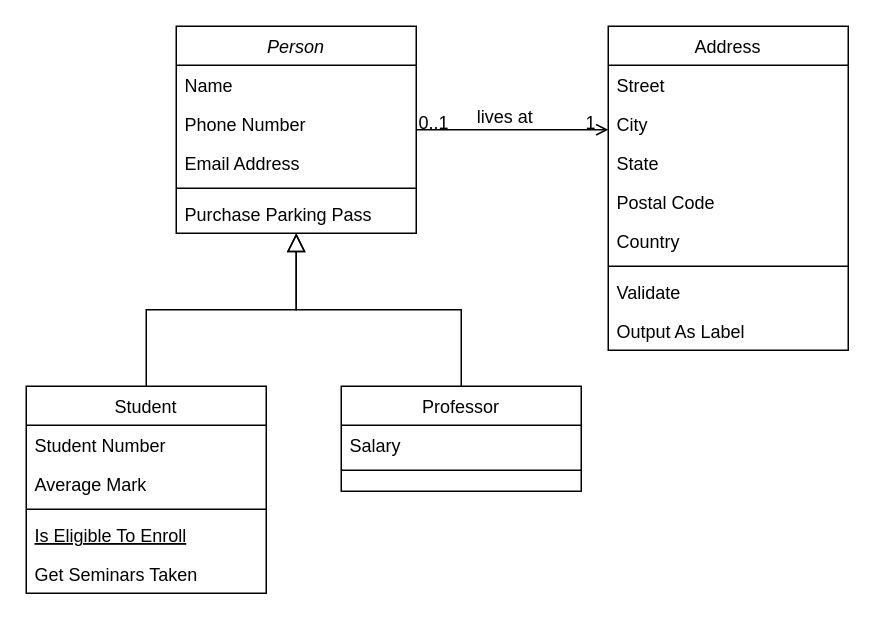
Itok1000/master keeps this draw.io diagram as 名称未設定ファイル.drawio. Above is the earlier version. Source tidied: cells renumbered, new cells numbered last; positions are measured from the earlier drawing's top-left corner, leaving out a move shared by most shapes. Both pictures are drawn from the tidied source at 150%, with x=0, y=0 at pixel (26, 26).
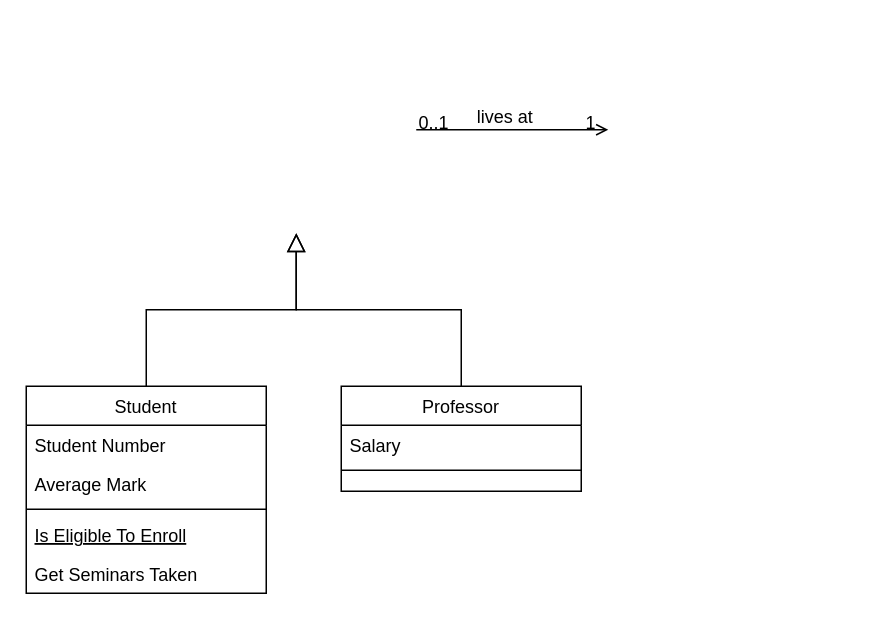
The same diagram, later.

Commit message:
ER図(卒業制作)

The change refers to these unchanged cells:
```xml
<mxCell id="8" value="Student" style="swimlane;fontStyle=0;align=center;verticalAlign=top;horizontal=1;startSize=26;rounded=0;shadow=0;strokeWidth=1;" parent="1" vertex="1">
  <mxGeometry y="240" width="160" height="138" as="geometry" />
</mxCell>
<mxCell id="15" value="Professor" style="swimlane;fontStyle=0;align=center;verticalAlign=top;horizontal=1;startSize=26;rounded=0;shadow=0;strokeWidth=1;" parent="1" vertex="1">
  <mxGeometry x="210" y="240" width="160" height="70" as="geometry" />
</mxCell>
```

Diff of the diagram source:
```diff
@@
-    <mxCell id="2" value="Person" style="swimlane;fontStyle=2;align=center;verticalAlign=top;horizontal=1;startSize=26;rounded=0;shadow=0;strokeWidth=1;" parent="1" vertex="1">
-      <mxGeometry x="100" width="160" height="138" as="geometry" />
-    </mxCell>
-    <mxCell id="3" value="Name" style="text;align=left;verticalAlign=top;spacingLeft=4;spacingRight=4;overflow=hidden;" parent="2" vertex="1">
-      <mxGeometry y="26" width="160" height="26" as="geometry" />
-    </mxCell>
-    <mxCell id="4" value="Phone Number" style="text;align=left;verticalAlign=top;spacingLeft=4;spacingRight=4;overflow=hidden;rounded=0;shadow=0;html=0;" parent="2" vertex="1">
-      <mxGeometry y="52" width="160" height="26" as="geometry" />
-    </mxCell>
-    <mxCell id="5" value="Email Address" style="text;align=left;verticalAlign=top;spacingLeft=4;spacingRight=4;overflow=hidden;rounded=0;shadow=0;html=0;" parent="2" vertex="1">
-      <mxGeometry y="78" width="160" height="26" as="geometry" />
-    </mxCell>
-    <mxCell id="6" style="line;html=1;strokeWidth=1;align=left;verticalAlign=middle;spacingTop=-1;spacingLeft=3;spacingRight=3;labelPosition=right;" parent="2" vertex="1">
-      <mxGeometry y="104" width="160" height="8" as="geometry" />
-    </mxCell>
-    <mxCell id="7" value="Purchase Parking Pass" style="text;align=left;verticalAlign=top;spacingLeft=4;spacingRight=4;overflow=hidden;" parent="2" vertex="1">
-      <mxGeometry y="112" width="160" height="26" as="geometry" />
-    </mxCell>
@@
-    <mxCell id="14" style="endArrow=block;endSize=10;endFill=0;shadow=0;strokeWidth=1;rounded=0;curved=0;edgeStyle=elbowEdgeStyle;elbow=vertical;" parent="1" edge="1" source="8" target="2">
-      <mxGeometry relative="1" as="geometry" />
+    <mxCell id="14" style="endArrow=block;endSize=10;endFill=0;shadow=0;strokeWidth=1;rounded=0;curved=0;edgeStyle=elbowEdgeStyle;elbow=vertical;" parent="1" edge="1" source="8">
+      <mxGeometry relative="1" as="geometry">
+        <mxPoint x="180" y="138" as="targetPoint" />
+      </mxGeometry>
     </mxCell>
@@
-    <mxCell id="18" style="endArrow=block;endSize=10;endFill=0;shadow=0;strokeWidth=1;rounded=0;curved=0;edgeStyle=elbowEdgeStyle;elbow=vertical;" parent="1" edge="1" source="15" target="2">
-      <mxGeometry relative="1" as="geometry" />
+    <mxCell id="18" style="endArrow=block;endSize=10;endFill=0;shadow=0;strokeWidth=1;rounded=0;curved=0;edgeStyle=elbowEdgeStyle;elbow=vertical;" parent="1" edge="1" source="15">
+      <mxGeometry relative="1" as="geometry">
+        <mxPoint x="180" y="138" as="targetPoint" />
+      </mxGeometry>
     </mxCell>
-    <mxCell id="19" value="Address" style="swimlane;fontStyle=0;align=center;verticalAlign=top;horizontal=1;startSize=26;rounded=0;shadow=0;strokeWidth=1;" parent="1" vertex="1">
-      <mxGeometry x="388" width="160" height="216" as="geometry" />
-    </mxCell>
-    <mxCell id="20" value="Street" style="text;align=left;verticalAlign=top;spacingLeft=4;spacingRight=4;overflow=hidden;" parent="19" vertex="1">
-      <mxGeometry y="26" width="160" height="26" as="geometry" />
-    </mxCell>
-    <mxCell id="21" value="City" style="text;align=left;verticalAlign=top;spacingLeft=4;spacingRight=4;overflow=hidden;rounded=0;shadow=0;html=0;" parent="19" vertex="1">
-      <mxGeometry y="52" width="160" height="26" as="geometry" />
-    </mxCell>
-    <mxCell id="22" value="State" style="text;align=left;verticalAlign=top;spacingLeft=4;spacingRight=4;overflow=hidden;rounded=0;shadow=0;html=0;" parent="19" vertex="1">
-      <mxGeometry y="78" width="160" height="26" as="geometry" />
-    </mxCell>
-    <mxCell id="23" value="Postal Code" style="text;align=left;verticalAlign=top;spacingLeft=4;spacingRight=4;overflow=hidden;rounded=0;shadow=0;html=0;" parent="19" vertex="1">
-      <mxGeometry y="104" width="160" height="26" as="geometry" />
-    </mxCell>
-    <mxCell id="24" value="Country" style="text;align=left;verticalAlign=top;spacingLeft=4;spacingRight=4;overflow=hidden;rounded=0;shadow=0;html=0;" parent="19" vertex="1">
-      <mxGeometry y="130" width="160" height="26" as="geometry" />
-    </mxCell>
-    <mxCell id="25" style="line;html=1;strokeWidth=1;align=left;verticalAlign=middle;spacingTop=-1;spacingLeft=3;spacingRight=3;labelPosition=right;" parent="19" vertex="1">
-      <mxGeometry y="156" width="160" height="8" as="geometry" />
-    </mxCell>
-    <mxCell id="26" value="Validate" style="text;align=left;verticalAlign=top;spacingLeft=4;spacingRight=4;overflow=hidden;" parent="19" vertex="1">
-      <mxGeometry y="164" width="160" height="26" as="geometry" />
-    </mxCell>
-    <mxCell id="27" value="Output As Label" style="text;align=left;verticalAlign=top;spacingLeft=4;spacingRight=4;overflow=hidden;" parent="19" vertex="1">
-      <mxGeometry y="190" width="160" height="26" as="geometry" />
-    </mxCell>
-    <mxCell id="28" style="endArrow=open;shadow=0;strokeWidth=1;rounded=0;curved=0;endFill=1;edgeStyle=elbowEdgeStyle;elbow=vertical;" parent="1" edge="1" source="2" target="19">
+    <mxCell id="28" style="endArrow=open;shadow=0;strokeWidth=1;rounded=0;curved=0;endFill=1;edgeStyle=elbowEdgeStyle;elbow=vertical;" parent="1" edge="1">
       <mxGeometry x="0.5" y="41" relative="1" as="geometry">
+        <mxPoint x="260" y="69" as="sourcePoint" />
+        <mxPoint x="388" y="69" as="targetPoint" />
         <mxPoint x="-40" y="32" as="offset" />
       </mxGeometry>
     </mxCell>
```
